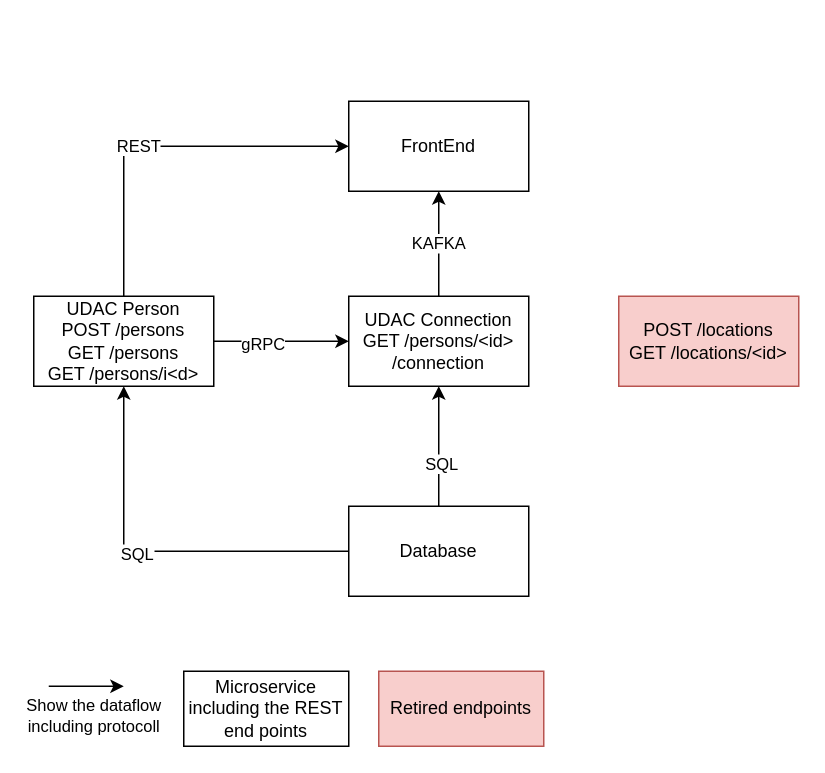
Before: docs/architetecture_design.drawio in uweTelco/cd0309-message-passing-projects-starter, a draw.io diagram. Source tidied: cells renumbered, new cells numbered last; positions are measured from the earlier drawing's top-left corner, leaving out a move shared by most shapes. Both pictures are drawn from the tidied source at 150%, with x=0, y=0 at pixel (33, 100).
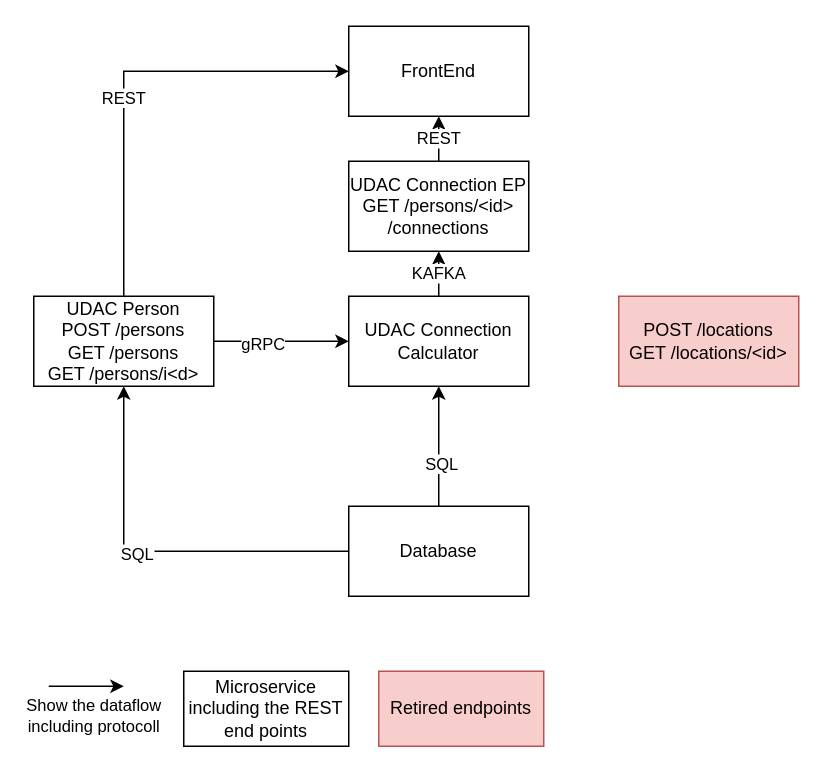
After the change.

Commit message (it also covers changes not shown here):
Task 1, 2, 3 done: - Plan the message passing strategies ... - Create a diagram of your micorservices... - Write a 2-3 sentence justification on each ...

Diff of the diagram source:
```diff
@@
-    <mxCell id="7" value="UDAC Connection&lt;div&gt;GET /persons/&amp;lt;id&amp;gt;&lt;/div&gt;&lt;div&gt;/connection&lt;/div&gt;" style="rounded=0;whiteSpace=wrap;html=1;" parent="1" vertex="1">
+    <mxCell id="7" value="UDAC Connection Calculator" style="rounded=0;whiteSpace=wrap;html=1;" parent="1" vertex="1">
       <mxGeometry x="210" y="130" width="120" height="60" as="geometry" />
     </mxCell>
     <mxCell id="8" value="FrontEnd" style="rounded=0;whiteSpace=wrap;html=1;" parent="1" vertex="1">
-      <mxGeometry x="210" width="120" height="60" as="geometry" />
+      <mxGeometry x="210" y="-50" width="120" height="60" as="geometry" />
     </mxCell>
@@
-    <mxCell id="14" value="KAFKA" style="edgeStyle=orthogonalEdgeStyle;rounded=0;jettySize=auto;html=1;exitX=0.5;exitY=0;exitDx=0;exitDy=0;" parent="1" edge="1" source="7" target="8">
-      <mxGeometry relative="1" as="geometry" />
+    <mxCell id="14" value="KAFKA" style="edgeStyle=orthogonalEdgeStyle;rounded=0;jettySize=auto;html=1;exitX=0.5;exitY=0;exitDx=0;exitDy=0;" parent="1" edge="1" source="7">
+      <mxGeometry relative="1" as="geometry">
+        <mxPoint x="270" y="100" as="targetPoint" />
+      </mxGeometry>
     </mxCell>
@@
+    <mxCell id="18" value="REST" style="edgeStyle=orthogonalEdgeStyle;rounded=0;jettySize=auto;html=1;entryX=0.5;entryY=1;entryDx=0;entryDy=0;" parent="1" edge="1" source="19" target="8">
+      <mxGeometry relative="1" as="geometry" />
+    </mxCell>
+    <mxCell id="19" value="UDAC Connection EP&lt;div&gt;GET /persons/&amp;lt;id&amp;gt;&lt;/div&gt;&lt;div&gt;/connections&lt;/div&gt;" style="rounded=0;whiteSpace=wrap;html=1;" parent="1" vertex="1">
+      <mxGeometry x="210" y="40" width="120" height="60" as="geometry" />
+    </mxCell>
```
